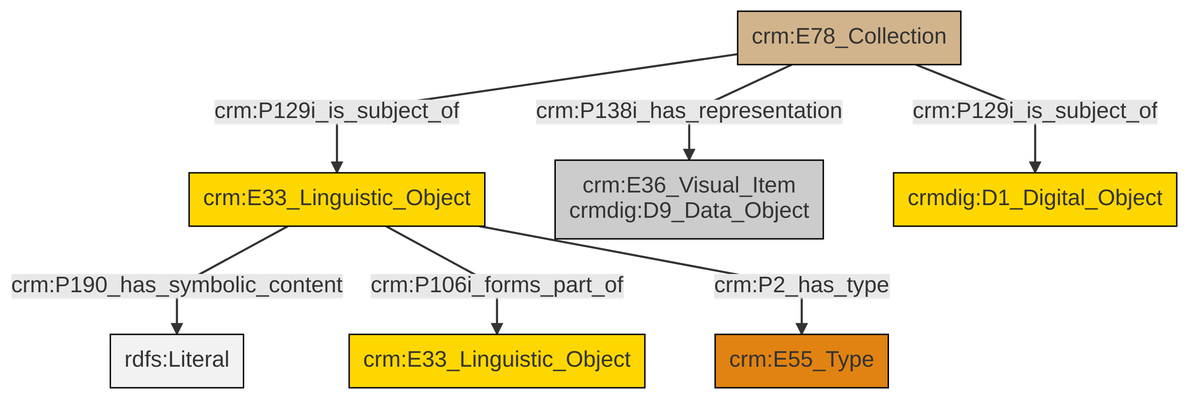
The Mermaid diagram et/archivalCSV/ttl/mmd/png/archival_docs.png in swiss-art-research-net/docs.swissartresearch, before a commit. Its source is kept beside it as et/archivalCSV/ttl/mmd/archival_docs.ttl.mmd.
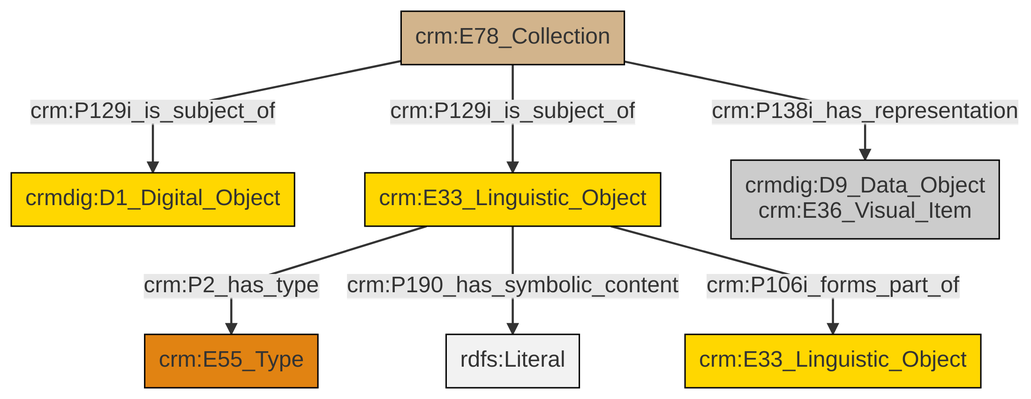
After the change.

Change to the diagram source:
```diff
@@ -13,9 +13,9 @@
 classDef PC_Classes fill:#4ce600, stroke:#000000;
 classDef Multi fill:#cccccc,stroke:#000000;
 
-0["crm:E33_Linguistic_Object"]:::Conceptual_Object -->|crm:P190_has_symbolic_content| 1[rdfs:Literal]:::Literal
-4["crm:E78_Collection"]:::Physical_Thing -->|crm:P129i_is_subject_of| 0["crm:E33_Linguistic_Object"]:::Conceptual_Object
-4["crm:E78_Collection"]:::Physical_Thing -->|crm:P138i_has_representation| 8["crm:E36_Visual_Item<br>crmdig:D9_Data_Object"]:::Multi
-0["crm:E33_Linguistic_Object"]:::Conceptual_Object -->|crm:P106i_forms_part_of| 11["crm:E33_Linguistic_Object"]:::Conceptual_Object
-4["crm:E78_Collection"]:::Physical_Thing -->|crm:P129i_is_subject_of| 13["crmdig:D1_Digital_Object"]:::Conceptual_Object
-0["crm:E33_Linguistic_Object"]:::Conceptual_Object -->|crm:P2_has_type| 2["crm:E55_Type"]:::Type
+0["crm:E78_Collection"]:::Physical_Thing -->|crm:P129i_is_subject_of| 1["crmdig:D1_Digital_Object"]:::Conceptual_Object
+2["crm:E33_Linguistic_Object"]:::Conceptual_Object -->|crm:P2_has_type| 4["crm:E55_Type"]:::Type
+2["crm:E33_Linguistic_Object"]:::Conceptual_Object -->|crm:P190_has_symbolic_content| 5[rdfs:Literal]:::Literal
+0["crm:E78_Collection"]:::Physical_Thing -->|crm:P129i_is_subject_of| 2["crm:E33_Linguistic_Object"]:::Conceptual_Object
+2["crm:E33_Linguistic_Object"]:::Conceptual_Object -->|crm:P106i_forms_part_of| 7["crm:E33_Linguistic_Object"]:::Conceptual_Object
+0["crm:E78_Collection"]:::Physical_Thing -->|crm:P138i_has_representation| 10["crmdig:D9_Data_Object<br>crm:E36_Visual_Item"]:::Multi
```
